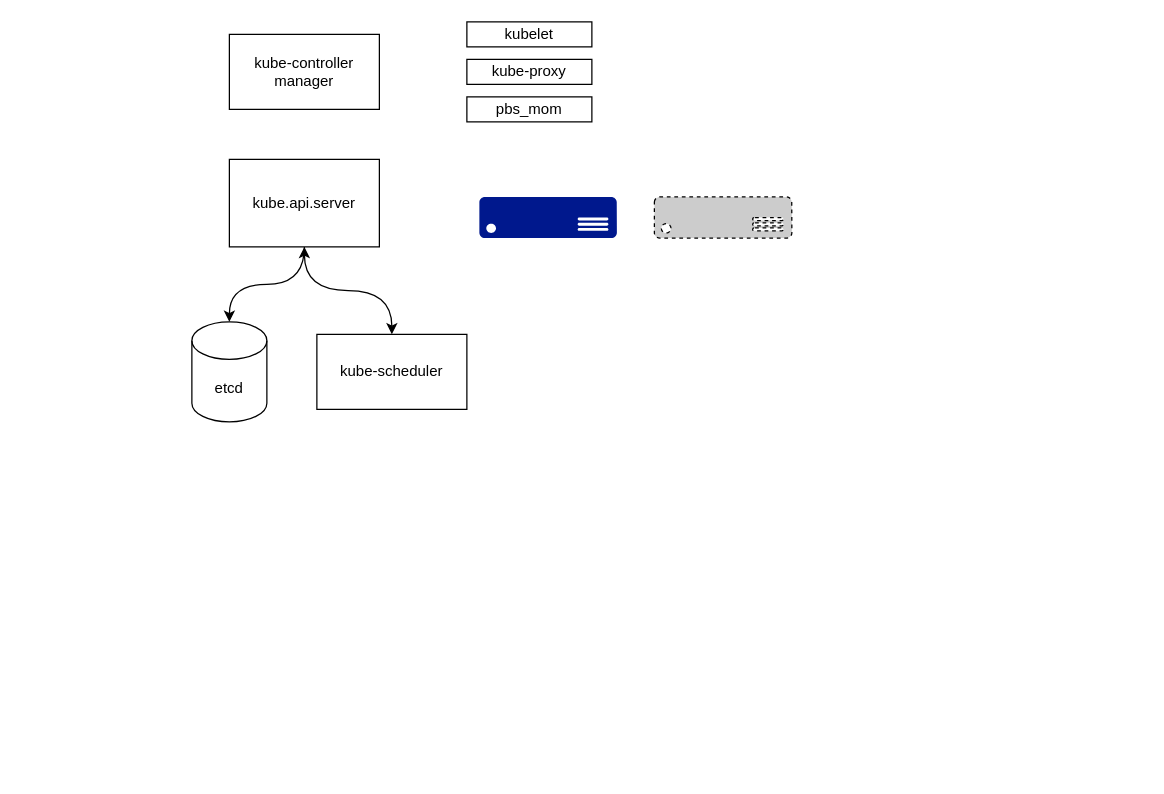
Before: k8s-pbspro.drawio in doddam-manjunath/diagram_io, a draw.io diagram. Source tidied: cells renumbered, new cells numbered last; positions are measured from the earlier drawing's top-left corner, leaving out a move shared by most shapes. Both pictures are drawn from the tidied source at 125%, with x=0, y=0 at pixel (191, 21).
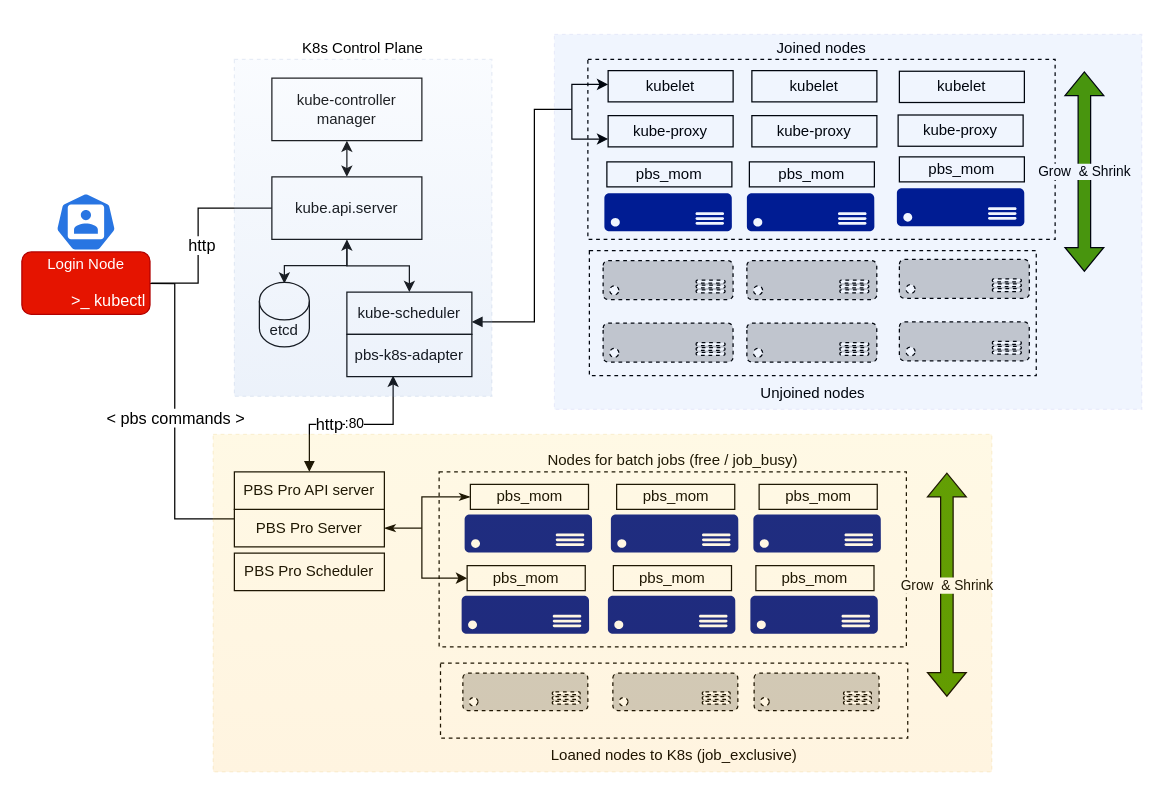
Above is the later version.

The edit, as a diff of the source:
```diff
@@
+    <mxCell id="13" value="Joined nodes" style="rounded=0;whiteSpace=wrap;html=1;fillColor=none;dashed=1;labelPosition=center;verticalLabelPosition=top;align=center;verticalAlign=bottom;" parent="1" vertex="1">
+      <mxGeometry x="316.8" y="30" width="373.8" height="144" as="geometry" />
+    </mxCell>
+    <mxCell id="14" value="Nodes for batch jobs (free / job_busy)" style="rounded=0;whiteSpace=wrap;html=1;fillColor=none;dashed=1;labelPosition=center;verticalLabelPosition=top;align=center;verticalAlign=bottom;" parent="1" vertex="1">
+      <mxGeometry x="197.8" y="360" width="373.8" height="140" as="geometry" />
+    </mxCell>
-    <mxCell id="2" style="edgeStyle=orthogonalEdgeStyle;rounded=0;jettySize=auto;html=1;exitX=0.5;exitY=1;exitDx=0;exitDy=0;entryX=0.5;entryY=0;entryDx=0;entryDy=0;entryPerimeter=0;curved=1;" parent="1" edge="1" source="3" target="7">
-      <mxGeometry relative="1" as="geometry" />
+    <mxCell id="2" style="edgeStyle=orthogonalEdgeStyle;rounded=0;orthogonalLoop=1;jettySize=auto;html=1;exitX=0.5;exitY=1;exitDx=0;exitDy=0;entryX=0.5;entryY=0;entryDx=0;entryDy=0;entryPerimeter=0;" parent="1" edge="1">
+      <mxGeometry relative="1" as="geometry">
+        <mxPoint x="124" y="175" as="sourcePoint" />
+        <mxPoint x="74" y="209.4" as="targetPoint" />
+        <Array as="points">
+          <mxPoint x="124" y="195" />
+          <mxPoint x="74" y="195" />
+        </Array>
+      </mxGeometry>
     </mxCell>
+    <mxCell id="15" style="edgeStyle=orthogonalEdgeStyle;rounded=0;jettySize=auto;html=1;exitX=0.5;exitY=0;exitDx=0;exitDy=0;entryX=0.5;entryY=1;entryDx=0;entryDy=0;startArrow=classic;startFill=1;elbow=vertical;" parent="1" edge="1" source="3" target="6">
+      <mxGeometry relative="1" as="geometry" />
+    </mxCell>
+    <mxCell id="16" style="edgeStyle=orthogonalEdgeStyle;rounded=0;orthogonalLoop=1;jettySize=auto;html=1;entryX=1;entryY=0.5;entryDx=0;entryDy=0;fontSize=13;startArrow=none;startFill=0;endArrow=none;endFill=0;endSize=6;strokeColor=default;strokeWidth=1;fillColor=#4D9900;exitX=0;exitY=0.5;exitDx=0;exitDy=0;" parent="1" edge="1">
+      <mxGeometry relative="1" as="geometry">
+        <mxPoint x="65" y="149" as="sourcePoint" />
+        <mxPoint x="-32.5" y="209" as="targetPoint" />
+        <Array as="points">
+          <mxPoint x="5" y="149" />
+          <mxPoint x="5" y="209" />
+        </Array>
+      </mxGeometry>
+    </mxCell>
+    <mxCell id="17" value="http" style="edgeLabel;html=1;align=center;verticalAlign=middle;fontSize=13;" parent="16" vertex="1">
+      <mxGeometry x="0.01" y="2" relative="1" as="geometry">
+        <mxPoint y="9" as="offset" />
+      </mxGeometry>
+    </mxCell>
     <mxCell id="3" value="kube.api.server" style="rounded=0;whiteSpace=wrap;html=1;" parent="1" vertex="1">
-      <mxGeometry x="30" y="110" width="120" height="70" as="geometry" />
+      <mxGeometry x="64" y="124" width="120" height="50" as="geometry" />
     </mxCell>
-    <mxCell id="4" style="edgeStyle=orthogonalEdgeStyle;rounded=0;jettySize=auto;html=1;exitX=0.5;exitY=0;exitDx=0;exitDy=0;startArrow=classic;startFill=1;elbow=vertical;curved=1;entryX=0.5;entryY=1;entryDx=0;entryDy=0;" parent="1" edge="1" source="5" target="3">
+    <mxCell id="4" style="edgeStyle=orthogonalEdgeStyle;rounded=0;jettySize=auto;html=1;exitX=0.5;exitY=0;exitDx=0;exitDy=0;startArrow=classic;startFill=1;elbow=vertical;entryX=0.5;entryY=1;entryDx=0;entryDy=0;" parent="1" edge="1" source="5" target="3">
       <mxGeometry relative="1" as="geometry" />
     </mxCell>
+    <mxCell id="18" style="edgeStyle=orthogonalEdgeStyle;rounded=0;jettySize=auto;html=1;startArrow=block;startFill=1;elbow=vertical;endArrow=none;endFill=0;" parent="1" edge="1" source="5">
+      <mxGeometry relative="1" as="geometry">
+        <mxPoint x="304" y="70" as="targetPoint" />
+        <Array as="points">
+          <mxPoint x="274" y="240" />
+          <mxPoint x="274" y="70" />
+        </Array>
+      </mxGeometry>
+    </mxCell>
     <mxCell id="5" value="kube-scheduler" style="rounded=0;whiteSpace=wrap;html=1;" parent="1" vertex="1">
-      <mxGeometry x="100" y="250" width="120" height="60" as="geometry" />
+      <mxGeometry x="124" y="216.2" width="100" height="33.8" as="geometry" />
     </mxCell>
     <mxCell id="6" value="kube-controller manager" style="rounded=0;whiteSpace=wrap;html=1;" parent="1" vertex="1">
-      <mxGeometry x="30" y="10" width="120" height="60" as="geometry" />
+      <mxGeometry x="64" y="45" width="120" height="50" as="geometry" />
     </mxCell>
-    <mxCell id="7" value="etcd" style="shape=cylinder3;whiteSpace=wrap;html=1;boundedLbl=1;backgroundOutline=1;size=15;" parent="1" vertex="1">
-      <mxGeometry y="240" width="60" height="80" as="geometry" />
+    <mxCell id="7" value="etcd" style="shape=cylinder3;whiteSpace=wrap;html=1;boundedLbl=1;backgroundOutline=1;size=15;rounded=0;" parent="1" vertex="1">
+      <mxGeometry x="54" y="208.4" width="40" height="51.6" as="geometry" />
     </mxCell>
-    <mxCell id="8" style="sketch=0;shadow=0;dashed=0;html=1;strokeColor=none;labelPosition=center;verticalLabelPosition=bottom;verticalAlign=top;align=center;fillColor=#00188D;shape=mxgraph.azure.server;" parent="1" vertex="1">
-      <mxGeometry x="230" y="140" width="110" height="33" as="geometry" />
+    <mxCell id="8" style="shadow=0;dashed=0;html=1;strokeColor=none;labelPosition=center;verticalLabelPosition=bottom;verticalAlign=top;align=center;fillColor=#00188D;shape=mxgraph.azure.server;rounded=0;" parent="1" vertex="1">
+      <mxGeometry x="330" y="137" width="102" height="30.6" as="geometry" />
     </mxCell>
-    <mxCell id="9" style="sketch=0;shadow=0;dashed=1;html=1;strokeColor=#000000;labelPosition=center;verticalLabelPosition=bottom;verticalAlign=top;align=center;fillColor=#CCCCCC;shape=mxgraph.azure.server;strokeWidth=1;" parent="1" vertex="1">
-      <mxGeometry x="370" y="140" width="110" height="33" as="geometry" />
+    <mxCell id="9" style="shadow=0;dashed=1;html=1;strokeColor=#000000;labelPosition=center;verticalLabelPosition=bottom;verticalAlign=top;align=center;fillColor=#CCCCCC;shape=mxgraph.azure.server;strokeWidth=1;rounded=0;" parent="1" vertex="1">
+      <mxGeometry x="329" y="191" width="104" height="31.2" as="geometry" />
     </mxCell>
     <mxCell id="10" value="pbs_mom" style="rounded=0;whiteSpace=wrap;html=1;" parent="1" vertex="1">
-      <mxGeometry x="220" y="60" width="100" height="20" as="geometry" />
+      <mxGeometry x="332" y="112" width="100" height="20" as="geometry" />
     </mxCell>
     <mxCell id="11" value="kube-proxy" style="rounded=0;whiteSpace=wrap;html=1;" parent="1" vertex="1">
-      <mxGeometry x="220" y="30" width="100" height="20" as="geometry" />
+      <mxGeometry x="333" y="75" width="100" height="25" as="geometry" />
     </mxCell>
+    <mxCell id="19" style="edgeStyle=orthogonalEdgeStyle;rounded=0;jettySize=auto;html=1;entryX=0;entryY=0.75;entryDx=0;entryDy=0;startArrow=classic;startFill=1;elbow=vertical;" parent="1" edge="1" source="12" target="11">
+      <mxGeometry relative="1" as="geometry">
+        <Array as="points">
+          <mxPoint x="304" y="50" />
+          <mxPoint x="304" y="94" />
+        </Array>
+      </mxGeometry>
+    </mxCell>
     <mxCell id="12" value="kubelet" style="rounded=0;whiteSpace=wrap;html=1;" parent="1" vertex="1">
-      <mxGeometry x="220" width="100" height="20" as="geometry" />
+      <mxGeometry x="333" y="39" width="100" height="25" as="geometry" />
     </mxCell>
+    <mxCell id="20" style="shadow=0;dashed=0;html=1;strokeColor=none;labelPosition=center;verticalLabelPosition=bottom;verticalAlign=top;align=center;fillColor=#00188D;shape=mxgraph.azure.server;rounded=0;" parent="1" vertex="1">
+      <mxGeometry x="444" y="137" width="102" height="30.6" as="geometry" />
+    </mxCell>
+    <mxCell id="21" value="pbs_mom" style="rounded=0;whiteSpace=wrap;html=1;" parent="1" vertex="1">
+      <mxGeometry x="446" y="112" width="100" height="20" as="geometry" />
+    </mxCell>
+    <mxCell id="22" style="shadow=0;dashed=0;html=1;strokeColor=none;labelPosition=center;verticalLabelPosition=bottom;verticalAlign=top;align=center;fillColor=#00188D;shape=mxgraph.azure.server;rounded=0;" parent="1" vertex="1">
+      <mxGeometry x="564" y="133" width="102" height="30.6" as="geometry" />
+    </mxCell>
+    <mxCell id="23" value="pbs_mom" style="rounded=0;whiteSpace=wrap;html=1;" parent="1" vertex="1">
+      <mxGeometry x="566" y="108" width="100" height="20" as="geometry" />
+    </mxCell>
+    <mxCell id="24" style="shadow=0;dashed=1;html=1;strokeColor=#000000;labelPosition=center;verticalLabelPosition=bottom;verticalAlign=top;align=center;fillColor=#CCCCCC;shape=mxgraph.azure.server;strokeWidth=1;rounded=0;" parent="1" vertex="1">
+      <mxGeometry x="444" y="191" width="104" height="31.2" as="geometry" />
+    </mxCell>
+    <mxCell id="25" style="shadow=0;dashed=1;html=1;strokeColor=#000000;labelPosition=center;verticalLabelPosition=bottom;verticalAlign=top;align=center;fillColor=#CCCCCC;shape=mxgraph.azure.server;strokeWidth=1;rounded=0;" parent="1" vertex="1">
+      <mxGeometry x="566" y="190" width="104" height="31.2" as="geometry" />
+    </mxCell>
+    <mxCell id="26" style="shadow=0;dashed=1;html=1;strokeColor=#000000;labelPosition=center;verticalLabelPosition=bottom;verticalAlign=top;align=center;fillColor=#CCCCCC;shape=mxgraph.azure.server;strokeWidth=1;rounded=0;" parent="1" vertex="1">
+      <mxGeometry x="329" y="241" width="104" height="31.2" as="geometry" />
+    </mxCell>
+    <mxCell id="27" style="shadow=0;dashed=1;html=1;strokeColor=#000000;labelPosition=center;verticalLabelPosition=bottom;verticalAlign=top;align=center;fillColor=#CCCCCC;shape=mxgraph.azure.server;strokeWidth=1;rounded=0;" parent="1" vertex="1">
+      <mxGeometry x="444" y="241" width="104" height="31.2" as="geometry" />
+    </mxCell>
+    <mxCell id="28" style="shadow=0;dashed=1;html=1;strokeColor=#000000;labelPosition=center;verticalLabelPosition=bottom;verticalAlign=top;align=center;fillColor=#CCCCCC;shape=mxgraph.azure.server;strokeWidth=1;rounded=0;" parent="1" vertex="1">
+      <mxGeometry x="566" y="240" width="104" height="31.2" as="geometry" />
+    </mxCell>
+    <mxCell id="29" value="kube-proxy" style="rounded=0;whiteSpace=wrap;html=1;" parent="1" vertex="1">
+      <mxGeometry x="448" y="75" width="100" height="25" as="geometry" />
+    </mxCell>
+    <mxCell id="30" value="kubelet" style="rounded=0;whiteSpace=wrap;html=1;" parent="1" vertex="1">
+      <mxGeometry x="448" y="39" width="100" height="25" as="geometry" />
+    </mxCell>
+    <mxCell id="31" value="kube-proxy" style="rounded=0;whiteSpace=wrap;html=1;" parent="1" vertex="1">
+      <mxGeometry x="565" y="74.5" width="100" height="25" as="geometry" />
+    </mxCell>
+    <mxCell id="32" value="kubelet" style="rounded=0;whiteSpace=wrap;html=1;" parent="1" vertex="1">
+      <mxGeometry x="566" y="39.5" width="100" height="25" as="geometry" />
+    </mxCell>
+    <mxCell id="33" style="edgeStyle=orthogonalEdgeStyle;rounded=0;jettySize=auto;html=1;exitX=1;exitY=0.5;exitDx=0;exitDy=0;startArrow=classicThin;startFill=1;endArrow=none;endFill=0;" parent="1" edge="1" source="34">
+      <mxGeometry relative="1" as="geometry">
+        <mxPoint x="184" y="405" as="targetPoint" />
+      </mxGeometry>
+    </mxCell>
+    <mxCell id="34" value="PBS Pro Server" style="rounded=0;whiteSpace=wrap;html=1;shadow=0;strokeWidth=1;" parent="1" vertex="1">
+      <mxGeometry x="34" y="390" width="120" height="30" as="geometry" />
+    </mxCell>
+    <mxCell id="35" style="edgeStyle=orthogonalEdgeStyle;rounded=0;jettySize=auto;html=1;entryX=0.37;entryY=0.976;entryDx=0;entryDy=0;entryPerimeter=0;startArrow=block;startFill=1;endArrow=classic;endFill=1;elbow=vertical;" parent="1" edge="1" source="38" target="56">
+      <mxGeometry relative="1" as="geometry" />
+    </mxCell>
+    <mxCell id="36" value=":80" style="edgeLabel;html=1;align=center;verticalAlign=middle;rounded=0;" parent="35" vertex="1">
+      <mxGeometry x="0.03" y="1" relative="1" as="geometry" />
+    </mxCell>
+    <mxCell id="37" value="http" style="edgeLabel;html=1;align=center;verticalAlign=middle;fontSize=13;" parent="35" vertex="1">
+      <mxGeometry x="-0.25" relative="1" as="geometry" />
+    </mxCell>
+    <mxCell id="38" value="PBS Pro API server" style="rounded=0;whiteSpace=wrap;html=1;shadow=0;strokeWidth=1;" parent="1" vertex="1">
+      <mxGeometry x="34" y="360" width="120" height="30" as="geometry" />
+    </mxCell>
+    <mxCell id="39" value="PBS Pro Scheduler" style="rounded=0;whiteSpace=wrap;html=1;shadow=0;strokeWidth=1;" parent="1" vertex="1">
+      <mxGeometry x="34" y="425" width="120" height="30" as="geometry" />
+    </mxCell>
+    <mxCell id="40" style="shadow=0;dashed=1;html=1;strokeColor=#000000;labelPosition=center;verticalLabelPosition=bottom;verticalAlign=top;align=center;fillColor=#CCCCCC;shape=mxgraph.azure.server;strokeWidth=1;rounded=0;" parent="1" vertex="1">
+      <mxGeometry x="216.8" y="521" width="100" height="30" as="geometry" />
+    </mxCell>
+    <mxCell id="41" style="shadow=0;dashed=0;html=1;strokeColor=none;labelPosition=center;verticalLabelPosition=bottom;verticalAlign=top;align=center;fillColor=#00188D;shape=mxgraph.azure.server;rounded=0;" parent="1" vertex="1">
+      <mxGeometry x="215.8" y="459" width="102" height="30.6" as="geometry" />
+    </mxCell>
+    <mxCell id="42" value="pbs_mom" style="rounded=0;whiteSpace=wrap;html=1;" parent="1" vertex="1">
+      <mxGeometry x="220.2" y="435" width="94.5" height="20" as="geometry" />
+    </mxCell>
+    <mxCell id="43" style="shadow=0;dashed=0;html=1;strokeColor=none;labelPosition=center;verticalLabelPosition=bottom;verticalAlign=top;align=center;fillColor=#00188D;shape=mxgraph.azure.server;rounded=0;" parent="1" vertex="1">
+      <mxGeometry x="332.8" y="459" width="102" height="30.6" as="geometry" />
+    </mxCell>
+    <mxCell id="44" value="pbs_mom" style="rounded=0;whiteSpace=wrap;html=1;" parent="1" vertex="1">
+      <mxGeometry x="337.2" y="435" width="94.5" height="20" as="geometry" />
+    </mxCell>
+    <mxCell id="45" style="shadow=0;dashed=0;html=1;strokeColor=none;labelPosition=center;verticalLabelPosition=bottom;verticalAlign=top;align=center;fillColor=#00188D;shape=mxgraph.azure.server;rounded=0;" parent="1" vertex="1">
+      <mxGeometry x="446.8" y="459" width="102" height="30.6" as="geometry" />
+    </mxCell>
+    <mxCell id="46" value="pbs_mom" style="rounded=0;whiteSpace=wrap;html=1;" parent="1" vertex="1">
+      <mxGeometry x="451.2" y="435" width="94.5" height="20" as="geometry" />
+    </mxCell>
+    <mxCell id="47" style="shadow=0;dashed=0;html=1;strokeColor=none;labelPosition=center;verticalLabelPosition=bottom;verticalAlign=top;align=center;fillColor=#00188D;shape=mxgraph.azure.server;rounded=0;" parent="1" vertex="1">
+      <mxGeometry x="218.2" y="394" width="102" height="30.6" as="geometry" />
+    </mxCell>
+    <mxCell id="48" style="edgeStyle=orthogonalEdgeStyle;rounded=0;jettySize=auto;html=1;entryX=0;entryY=0.5;entryDx=0;entryDy=0;endArrow=classic;endFill=1;startArrow=classicThin;startFill=1;" parent="1" edge="1" source="49" target="42">
+      <mxGeometry relative="1" as="geometry">
+        <Array as="points">
+          <mxPoint x="184" y="380" />
+          <mxPoint x="184" y="445" />
+        </Array>
+      </mxGeometry>
+    </mxCell>
+    <mxCell id="49" value="pbs_mom" style="rounded=0;whiteSpace=wrap;html=1;" parent="1" vertex="1">
+      <mxGeometry x="222.8" y="370" width="94.5" height="20" as="geometry" />
+    </mxCell>
+    <mxCell id="50" style="shadow=0;dashed=0;html=1;strokeColor=none;labelPosition=center;verticalLabelPosition=bottom;verticalAlign=top;align=center;fillColor=#00188D;shape=mxgraph.azure.server;rounded=0;" parent="1" vertex="1">
+      <mxGeometry x="335.2" y="394" width="102" height="30.6" as="geometry" />
+    </mxCell>
+    <mxCell id="51" value="pbs_mom" style="rounded=0;whiteSpace=wrap;html=1;" parent="1" vertex="1">
+      <mxGeometry x="339.8" y="370" width="94.5" height="20" as="geometry" />
+    </mxCell>
+    <mxCell id="52" style="shadow=0;dashed=0;html=1;strokeColor=none;labelPosition=center;verticalLabelPosition=bottom;verticalAlign=top;align=center;fillColor=#00188D;shape=mxgraph.azure.server;rounded=0;" parent="1" vertex="1">
+      <mxGeometry x="449.2" y="394" width="102" height="30.6" as="geometry" />
+    </mxCell>
+    <mxCell id="53" value="pbs_mom" style="rounded=0;whiteSpace=wrap;html=1;" parent="1" vertex="1">
+      <mxGeometry x="453.8" y="370" width="94.5" height="20" as="geometry" />
+    </mxCell>
+    <mxCell id="54" style="shadow=0;dashed=1;html=1;strokeColor=#000000;labelPosition=center;verticalLabelPosition=bottom;verticalAlign=top;align=center;fillColor=#CCCCCC;shape=mxgraph.azure.server;strokeWidth=1;rounded=0;" parent="1" vertex="1">
+      <mxGeometry x="336.8" y="521" width="100" height="30" as="geometry" />
+    </mxCell>
+    <mxCell id="55" style="shadow=0;dashed=1;html=1;strokeColor=#000000;labelPosition=center;verticalLabelPosition=bottom;verticalAlign=top;align=center;fillColor=#CCCCCC;shape=mxgraph.azure.server;strokeWidth=1;rounded=0;" parent="1" vertex="1">
+      <mxGeometry x="449.8" y="521" width="100" height="30" as="geometry" />
+    </mxCell>
+    <mxCell id="56" value="pbs-k8s-adapter " style="rounded=0;whiteSpace=wrap;html=1;" parent="1" vertex="1">
+      <mxGeometry x="124" y="250" width="100" height="33.8" as="geometry" />
+    </mxCell>
+    <mxCell id="57" value="Loaned nodes to K8s (job_exclusive)" style="rounded=0;whiteSpace=wrap;html=1;fillColor=none;dashed=1;labelPosition=center;verticalLabelPosition=bottom;align=center;verticalAlign=top;" parent="1" vertex="1">
+      <mxGeometry x="198.9" y="513" width="373.8" height="60" as="geometry" />
+    </mxCell>
+    <mxCell id="58" value="Unjoined nodes" style="rounded=0;whiteSpace=wrap;html=1;fillColor=none;dashed=1;labelPosition=center;verticalLabelPosition=bottom;align=center;verticalAlign=top;" parent="1" vertex="1">
+      <mxGeometry x="318" y="183" width="357.5" height="100" as="geometry" />
+    </mxCell>
+    <mxCell id="59" value="Grow&amp;nbsp; &amp;amp; Shrink" style="shape=flexArrow;endArrow=classic;startArrow=classic;html=1;rounded=0;endSize=6;strokeWidth=1;strokeColor=default;fillColor=#4D9900;" parent="1" edge="1">
+      <mxGeometry relative="1" as="geometry">
+        <mxPoint x="714" y="39.5" as="sourcePoint" />
+        <mxPoint x="714" y="200" as="targetPoint" />
+      </mxGeometry>
+    </mxCell>
+    <mxCell id="60" value="Grow&amp;nbsp; &amp;amp; Shrink" style="shape=flexArrow;endArrow=classic;startArrow=classic;html=1;rounded=0;endSize=6;strokeWidth=1;strokeColor=default;fillColor=#4D9900;" parent="1" edge="1">
+      <mxGeometry relative="1" as="geometry">
+        <mxPoint x="604" y="360.5" as="sourcePoint" />
+        <mxPoint x="604" y="540" as="targetPoint" />
+      </mxGeometry>
+    </mxCell>
+    <mxCell id="61" style="html=1;dashed=0;whitespace=wrap;fillColor=#2875E2;strokeColor=#ffffff;shape=mxgraph.kubernetes.icon;prIcon=user;rounded=0;" parent="1" vertex="1">
+      <mxGeometry x="-109" y="133" width="48.5" height="54" as="geometry" />
+    </mxCell>
+    <mxCell id="62" style="edgeStyle=orthogonalEdgeStyle;jettySize=auto;html=1;fontSize=13;startArrow=none;startFill=0;endArrow=none;endFill=0;endSize=6;strokeColor=default;strokeWidth=1;fillColor=#4D9900;rounded=0;entryX=0;entryY=0.25;entryDx=0;entryDy=0;" parent="1" edge="1" target="34">
+      <mxGeometry relative="1" as="geometry">
+        <mxPoint x="-62.5" y="209" as="sourcePoint" />
+      </mxGeometry>
+    </mxCell>
+    <mxCell id="63" value="&amp;lt; pbs commands &amp;gt;" style="edgeLabel;html=1;align=center;verticalAlign=middle;fontSize=13;" parent="62" vertex="1">
+      <mxGeometry x="-0.1" relative="1" as="geometry">
+        <mxPoint y="28" as="offset" />
+      </mxGeometry>
+    </mxCell>
+    <mxCell id="64" value="&lt;div&gt;Login Node&lt;/div&gt;&lt;div&gt;&lt;br&gt;&lt;/div&gt;&lt;div style=&quot;font-size: 13px;&quot;&gt;&amp;nbsp;&amp;nbsp;&amp;nbsp;&amp;nbsp;&amp;nbsp;&amp;nbsp;&amp;nbsp;&amp;nbsp;&amp;nbsp; &lt;font style=&quot;font-size: 13px;&quot;&gt;&amp;gt;_&lt;/font&gt; kubectl&lt;br&gt;&lt;/div&gt;" style="rounded=1;whiteSpace=wrap;html=1;fillColor=#e51400;glass=0;strokeColor=#B20000;fontColor=#ffffff;" parent="1" vertex="1">
+      <mxGeometry x="-136" y="184" width="102.5" height="50" as="geometry" />
+    </mxCell>
+    <mxCell id="65" value="K8s Control Plane" style="rounded=0;whiteSpace=wrap;html=1;fillColor=#dae8fc;dashed=1;labelPosition=center;verticalLabelPosition=top;align=center;verticalAlign=bottom;strokeColor=#6c8ebf;glass=0;opacity=15;gradientColor=#7ea6e0;" parent="1" vertex="1">
+      <mxGeometry x="34" y="30" width="206" height="269.5" as="geometry" />
+    </mxCell>
+    <mxCell id="66" style="rounded=0;whiteSpace=wrap;html=1;fillColor=#ffcd28;dashed=1;labelPosition=left;verticalLabelPosition=bottom;align=right;verticalAlign=top;strokeColor=#d79b00;glass=0;opacity=12;gradientColor=#ffa500;" parent="1" vertex="1">
+      <mxGeometry x="17" y="330" width="623" height="270" as="geometry" />
+    </mxCell>
+    <mxCell id="67" style="rounded=0;whiteSpace=wrap;html=1;fillColor=#0050ef;dashed=1;labelPosition=left;verticalLabelPosition=bottom;align=right;verticalAlign=top;strokeColor=#001DBC;glass=0;opacity=6;fontColor=#ffffff;" parent="1" vertex="1">
+      <mxGeometry x="290" y="10" width="470" height="300" as="geometry" />
+    </mxCell>
```
